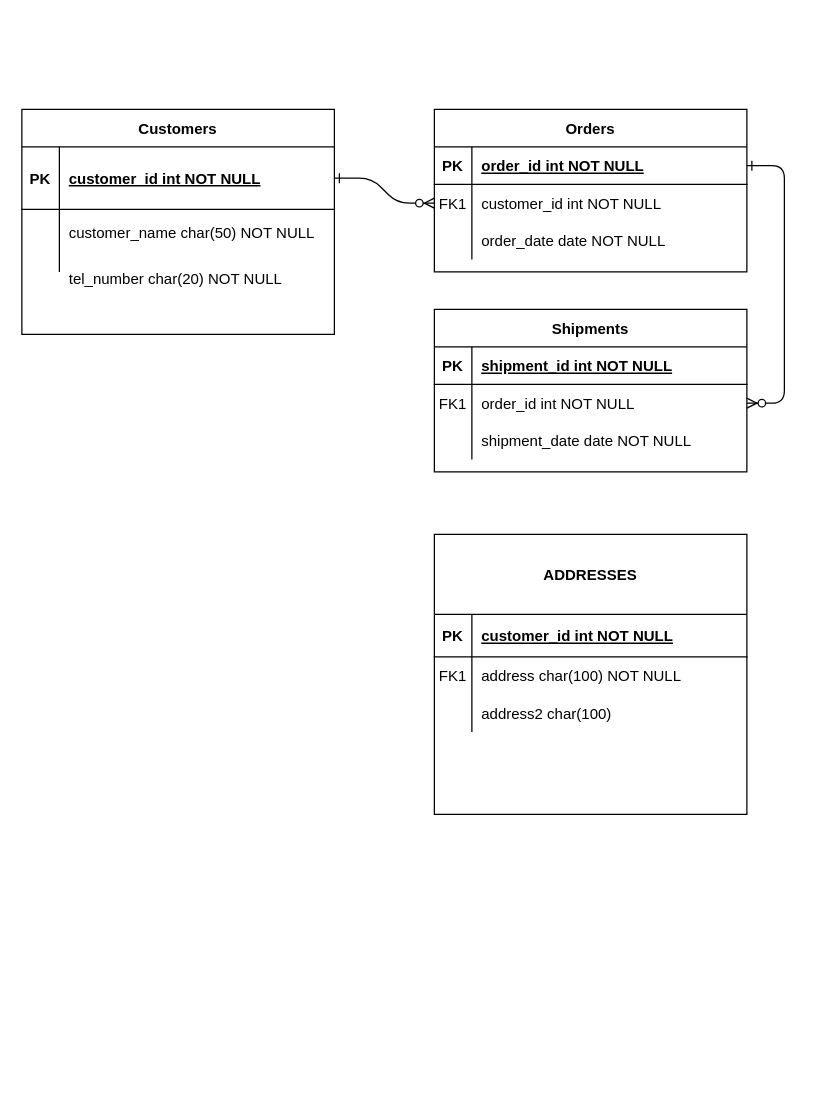
Before: Untitled Diagram.drawio in tatianazhemantseva/entity-model, a draw.io diagram. Source tidied: cells renumbered, new cells numbered last; positions are measured from the earlier drawing's top-left corner, leaving out a move shared by most shapes. Both pictures are drawn from the tidied source at 125%, with x=0, y=0 at pixel (21, 109).
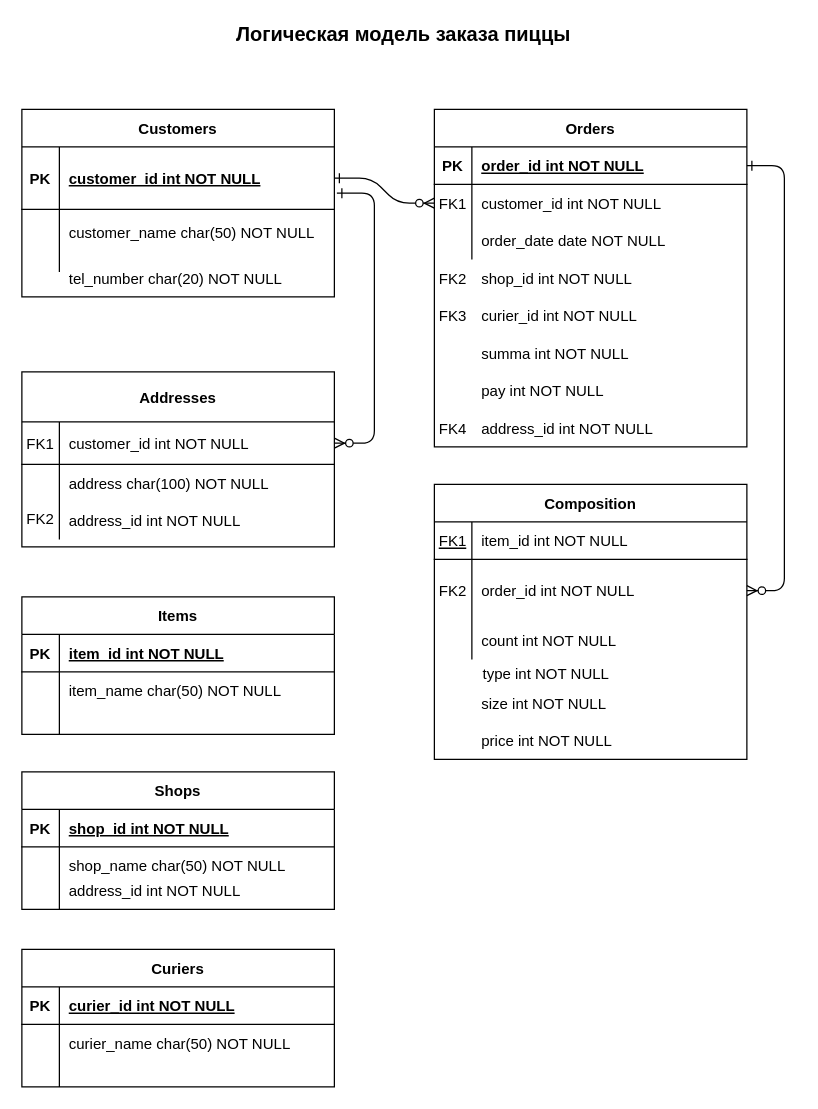
The same diagram, later.

Unchanged cells that the change refers to:
```xml
<mxCell id="15" style="shape=partialRectangle;fillColor=none;top=0;left=0;right=0;bottom=1;" parent="14" vertex="1">
  <mxGeometry y="30" width="250" height="30" as="geometry" />
</mxCell>
```

Diff of the diagram source:
```diff
@@
     <mxCell id="4" value="Orders" style="shape=table;startSize=30;childLayout=tableLayout;rowLines=0;fontStyle=1;align=center;" parent="1" vertex="1">
-      <mxGeometry x="330" width="250" height="130" as="geometry" />
+      <mxGeometry x="330" width="250" height="270" as="geometry" />
     </mxCell>
@@
+    <mxCell id="24" value="Customers" style="shape=table;startSize=30;childLayout=tableLayout;rowLines=0;fontStyle=1;align=center;" parent="1" vertex="1">
+      <mxGeometry width="250" height="150" as="geometry" />
+    </mxCell>
+    <mxCell id="25" style="shape=partialRectangle;fillColor=none;points=[[0,0.5],[1,0.5]];portConstraint=eastwest;top=0;left=0;right=0;bottom=1;" parent="24" vertex="1">
+      <mxGeometry y="30" width="250" height="50" as="geometry" />
+    </mxCell>
+    <mxCell id="26" value="PK" style="shape=partialRectangle;overflow=hidden;fillColor=none;top=0;left=0;bottom=0;right=0;fontStyle=1;" parent="25" vertex="1">
+      <mxGeometry width="30" height="50" as="geometry" />
+    </mxCell>
+    <mxCell id="27" value="customer_id int NOT NULL " style="shape=partialRectangle;overflow=hidden;fillColor=none;top=0;left=0;bottom=0;right=0;align=left;spacingLeft=6;fontStyle=5;" parent="25" vertex="1">
+      <mxGeometry x="30" width="220" height="50" as="geometry" />
+    </mxCell>
+    <mxCell id="28" style="shape=partialRectangle;fillColor=none;top=0;left=0;right=0;bottom=0;" parent="24" vertex="1">
+      <mxGeometry y="80" width="250" height="50" as="geometry" />
+    </mxCell>
+    <mxCell id="29" style="shape=partialRectangle;overflow=hidden;fillColor=none;top=0;left=0;bottom=0;right=0;" parent="28" vertex="1">
+      <mxGeometry width="30" height="50" as="geometry" />
+    </mxCell>
+    <mxCell id="30" value="customer_name char(50) NOT NULL&#10;" style="shape=partialRectangle;overflow=hidden;fillColor=none;top=0;left=0;bottom=0;right=0;align=left;spacingLeft=6;" parent="28" vertex="1">
+      <mxGeometry x="30" width="220" height="50" as="geometry" />
+    </mxCell>
+    <mxCell id="41" value="tel_number char(20) NOT NULL" style="shape=partialRectangle;overflow=hidden;fillColor=none;top=0;left=0;bottom=0;right=0;align=left;spacingLeft=6;" parent="1" vertex="1">
+      <mxGeometry x="30" y="120" width="220" height="30" as="geometry" />
+    </mxCell>
+    <mxCell id="42" style="edgeStyle=entityRelationEdgeStyle;endArrow=ERzeroToMany;startArrow=ERone;endFill=1;startFill=0;" parent="1" edge="1" target="32">
+      <mxGeometry relative="1" as="geometry">
+        <mxPoint x="252" y="67" as="sourcePoint" />
+      </mxGeometry>
+    </mxCell>
+    <mxCell id="31" value="Addresses" style="shape=table;startSize=40;childLayout=tableLayout;rowLines=0;fontStyle=1;align=center;" parent="1" vertex="1">
+      <mxGeometry y="210" width="250" height="140" as="geometry" />
+    </mxCell>
+    <mxCell id="32" style="shape=partialRectangle;fillColor=none;points=[[0,0.5],[1,0.5]];portConstraint=eastwest;top=0;left=0;right=0;bottom=1;" parent="31" vertex="1">
+      <mxGeometry y="40" width="250" height="34" as="geometry" />
+    </mxCell>
+    <mxCell id="33" value="FK1" style="shape=partialRectangle;overflow=hidden;fillColor=none;top=0;left=0;bottom=0;right=0;fontStyle=0;" parent="32" vertex="1">
+      <mxGeometry width="30" height="34" as="geometry" />
+    </mxCell>
+    <mxCell id="34" value="customer_id int NOT NULL " style="shape=partialRectangle;overflow=hidden;fillColor=none;top=0;left=0;bottom=0;right=0;align=left;spacingLeft=6;fontStyle=0;" parent="32" vertex="1">
+      <mxGeometry x="30" width="220" height="34" as="geometry" />
+    </mxCell>
+    <mxCell id="35" style="shape=partialRectangle;fillColor=none;top=0;left=0;right=0;bottom=0;" parent="31" vertex="1">
+      <mxGeometry y="74" width="250" height="30" as="geometry" />
+    </mxCell>
+    <mxCell id="36" style="shape=partialRectangle;overflow=hidden;fillColor=none;top=0;left=0;bottom=0;right=0;" parent="35" vertex="1">
+      <mxGeometry width="30" height="30" as="geometry" />
+    </mxCell>
+    <mxCell id="37" value="address char(100) NOT NULL" style="shape=partialRectangle;overflow=hidden;fillColor=none;top=0;left=0;bottom=0;right=0;align=left;spacingLeft=6;" parent="35" vertex="1">
+      <mxGeometry x="30" width="220" height="30" as="geometry" />
+    </mxCell>
+    <mxCell id="38" style="shape=partialRectangle;fillColor=none;top=0;left=0;right=0;bottom=0;" parent="31" vertex="1">
+      <mxGeometry y="104" width="250" height="30" as="geometry" />
+    </mxCell>
+    <mxCell id="39" style="shape=partialRectangle;overflow=hidden;fillColor=none;top=0;left=0;bottom=0;right=0;" parent="38" vertex="1">
+      <mxGeometry width="30" height="30" as="geometry" />
+    </mxCell>
+    <mxCell id="40" value="address_id int NOT NULL" style="shape=partialRectangle;overflow=hidden;fillColor=none;top=0;left=0;bottom=0;right=0;align=left;spacingLeft=6;" parent="38" vertex="1">
+      <mxGeometry x="30" width="220" height="30" as="geometry" />
+    </mxCell>
+    <mxCell id="43" value="Логическая модель заказа пиццы" style="text;html=1;align=center;verticalAlign=middle;fontStyle=1;fontSize=16;" parent="1" vertex="1">
+      <mxGeometry x="165" y="-70" width="280" height="20" as="geometry" />
+    </mxCell>
+    <mxCell id="44" value="shop_id int NOT NULL" style="shape=partialRectangle;overflow=hidden;fillColor=none;top=0;left=0;bottom=0;right=0;align=left;spacingLeft=6;" parent="1" vertex="1">
+      <mxGeometry x="360" y="120" width="220" height="30" as="geometry" />
+    </mxCell>
+    <mxCell id="45" value="FK2" style="shape=partialRectangle;overflow=hidden;fillColor=none;top=0;left=0;bottom=0;right=0;" parent="1" vertex="1">
+      <mxGeometry x="330" y="120" width="30" height="30" as="geometry" />
+    </mxCell>
+    <mxCell id="46" value="curier_id int NOT NULL" style="shape=partialRectangle;overflow=hidden;fillColor=none;top=0;left=0;bottom=0;right=0;align=left;spacingLeft=6;" parent="1" vertex="1">
+      <mxGeometry x="360" y="150" width="220" height="30" as="geometry" />
+    </mxCell>
+    <mxCell id="47" value="FK3" style="shape=partialRectangle;overflow=hidden;fillColor=none;top=0;left=0;bottom=0;right=0;" parent="1" vertex="1">
+      <mxGeometry x="330" y="150" width="30" height="30" as="geometry" />
+    </mxCell>
+    <mxCell id="48" value="summa int NOT NULL" style="shape=partialRectangle;overflow=hidden;fillColor=none;top=0;left=0;bottom=0;right=0;align=left;spacingLeft=6;" parent="1" vertex="1">
+      <mxGeometry x="360" y="180" width="220" height="30" as="geometry" />
+    </mxCell>
+    <mxCell id="49" value="pay int NOT NULL" style="shape=partialRectangle;overflow=hidden;fillColor=none;top=0;left=0;bottom=0;right=0;align=left;spacingLeft=6;" parent="1" vertex="1">
+      <mxGeometry x="360" y="210" width="220" height="30" as="geometry" />
+    </mxCell>
-    <mxCell id="14" value="Shipments" style="shape=table;startSize=30;childLayout=tableLayout;rowLines=0;fontStyle=1;align=center;" parent="1" vertex="1">
-      <mxGeometry x="330" y="160" width="250" height="130" as="geometry" />
+    <mxCell id="14" value="Composition" style="shape=table;startSize=30;childLayout=tableLayout;rowLines=0;fontStyle=1;align=center;" parent="1" vertex="1">
+      <mxGeometry x="330" y="300" width="250" height="220" as="geometry" />
     </mxCell>
@@
-    <mxCell id="16" value="PK" style="shape=partialRectangle;overflow=hidden;fillColor=none;top=0;left=0;bottom=0;right=0;fontStyle=1;" parent="15" vertex="1">
+    <mxCell id="16" value="FK1" style="shape=partialRectangle;overflow=hidden;fillColor=none;top=0;left=0;bottom=0;right=0;fontStyle=4;" parent="15" vertex="1">
       <mxGeometry width="30" height="30" as="geometry" />
     </mxCell>
-    <mxCell id="17" value="shipment_id int NOT NULL " style="shape=partialRectangle;overflow=hidden;fillColor=none;top=0;left=0;bottom=0;right=0;align=left;spacingLeft=6;fontStyle=5;" parent="15" vertex="1">
+    <mxCell id="17" value="item_id int NOT NULL " style="shape=partialRectangle;overflow=hidden;fillColor=none;top=0;left=0;bottom=0;right=0;align=left;spacingLeft=6;fontStyle=0;" parent="15" vertex="1">
       <mxGeometry x="30" width="220" height="30" as="geometry" />
     </mxCell>
     <mxCell id="18" style="shape=partialRectangle;fillColor=none;points=[[0,0.5],[1,0.5]];portConstraint=eastwest;top=0;left=0;right=0;bottom=0;" parent="14" vertex="1">
-      <mxGeometry y="60" width="250" height="30" as="geometry" />
+      <mxGeometry y="60" width="250" height="50" as="geometry" />
     </mxCell>
-    <mxCell id="19" value="FK1" style="shape=partialRectangle;overflow=hidden;fillColor=none;top=0;left=0;bottom=0;right=0;" parent="18" vertex="1">
-      <mxGeometry width="30" height="30" as="geometry" />
+    <mxCell id="19" value="FK2" style="shape=partialRectangle;overflow=hidden;fillColor=none;top=0;left=0;bottom=0;right=0;" parent="18" vertex="1">
+      <mxGeometry width="30" height="50" as="geometry" />
     </mxCell>
     <mxCell id="20" value="order_id int NOT NULL" style="shape=partialRectangle;overflow=hidden;fillColor=none;top=0;left=0;bottom=0;right=0;align=left;spacingLeft=6;" parent="18" vertex="1">
-      <mxGeometry x="30" width="220" height="30" as="geometry" />
+      <mxGeometry x="30" width="220" height="50" as="geometry" />
     </mxCell>
     <mxCell id="21" style="shape=partialRectangle;fillColor=none;top=0;left=0;right=0;bottom=0;" parent="14" vertex="1">
-      <mxGeometry y="90" width="250" height="30" as="geometry" />
+      <mxGeometry y="110" width="250" height="30" as="geometry" />
     </mxCell>
@@
-    <mxCell id="23" value="shipment_date date NOT NULL" style="shape=partialRectangle;overflow=hidden;fillColor=none;top=0;left=0;bottom=0;right=0;align=left;spacingLeft=6;" parent="21" vertex="1">
+    <mxCell id="23" value="count int NOT NULL" style="shape=partialRectangle;overflow=hidden;fillColor=none;top=0;left=0;bottom=0;right=0;align=left;spacingLeft=6;" parent="21" vertex="1">
       <mxGeometry x="30" width="220" height="30" as="geometry" />
     </mxCell>
-    <mxCell id="24" value="Customers" style="shape=table;startSize=30;childLayout=tableLayout;rowLines=0;fontStyle=1;align=center;" parent="1" vertex="1">
-      <mxGeometry width="250" height="180" as="geometry" />
-    </mxCell>
-    <mxCell id="25" style="shape=partialRectangle;fillColor=none;points=[[0,0.5],[1,0.5]];portConstraint=eastwest;top=0;left=0;right=0;bottom=1;" parent="24" vertex="1">
-      <mxGeometry y="30" width="250" height="50" as="geometry" />
-    </mxCell>
-    <mxCell id="26" value="PK" style="shape=partialRectangle;overflow=hidden;fillColor=none;top=0;left=0;bottom=0;right=0;fontStyle=1;" parent="25" vertex="1">
-      <mxGeometry width="30" height="50" as="geometry" />
-    </mxCell>
-    <mxCell id="27" value="customer_id int NOT NULL " style="shape=partialRectangle;overflow=hidden;fillColor=none;top=0;left=0;bottom=0;right=0;align=left;spacingLeft=6;fontStyle=5;" parent="25" vertex="1">
-      <mxGeometry x="30" width="220" height="50" as="geometry" />
-    </mxCell>
-    <mxCell id="28" style="shape=partialRectangle;fillColor=none;top=0;left=0;right=0;bottom=0;" parent="24" vertex="1">
-      <mxGeometry y="80" width="250" height="50" as="geometry" />
-    </mxCell>
-    <mxCell id="29" style="shape=partialRectangle;overflow=hidden;fillColor=none;top=0;left=0;bottom=0;right=0;" parent="28" vertex="1">
-      <mxGeometry width="30" height="50" as="geometry" />
-    </mxCell>
-    <mxCell id="30" value="customer_name char(50) NOT NULL&#10;" style="shape=partialRectangle;overflow=hidden;fillColor=none;top=0;left=0;bottom=0;right=0;align=left;spacingLeft=6;" parent="28" vertex="1">
-      <mxGeometry x="30" width="220" height="50" as="geometry" />
-    </mxCell>
-    <mxCell id="31" value="ADDRESSES" style="shape=table;startSize=64;childLayout=tableLayout;rowLines=0;fontStyle=1;align=center;" parent="1" vertex="1">
-      <mxGeometry x="330" y="340" width="250" height="224" as="geometry" />
-    </mxCell>
-    <mxCell id="32" style="shape=partialRectangle;fillColor=none;points=[[0,0.5],[1,0.5]];portConstraint=eastwest;top=0;left=0;right=0;bottom=1;" parent="31" vertex="1">
-      <mxGeometry y="64" width="250" height="34" as="geometry" />
-    </mxCell>
-    <mxCell id="33" value="PK" style="shape=partialRectangle;overflow=hidden;fillColor=none;top=0;left=0;bottom=0;right=0;fontStyle=1;" parent="32" vertex="1">
-      <mxGeometry width="30" height="34" as="geometry" />
-    </mxCell>
-    <mxCell id="34" value="customer_id int NOT NULL " style="shape=partialRectangle;overflow=hidden;fillColor=none;top=0;left=0;bottom=0;right=0;align=left;spacingLeft=6;fontStyle=5;" parent="32" vertex="1">
-      <mxGeometry x="30" width="220" height="34" as="geometry" />
-    </mxCell>
-    <mxCell id="35" style="shape=partialRectangle;fillColor=none;top=0;left=0;right=0;bottom=0;" parent="31" vertex="1">
-      <mxGeometry y="98" width="250" height="30" as="geometry" />
-    </mxCell>
-    <mxCell id="36" value="FK1" style="shape=partialRectangle;overflow=hidden;fillColor=none;top=0;left=0;bottom=0;right=0;" parent="35" vertex="1">
-      <mxGeometry width="30" height="30" as="geometry" />
-    </mxCell>
-    <mxCell id="37" value="address char(100) NOT NULL" style="shape=partialRectangle;overflow=hidden;fillColor=none;top=0;left=0;bottom=0;right=0;align=left;spacingLeft=6;" parent="35" vertex="1">
-      <mxGeometry x="30" width="220" height="30" as="geometry" />
-    </mxCell>
-    <mxCell id="38" style="shape=partialRectangle;fillColor=none;top=0;left=0;right=0;bottom=0;" parent="31" vertex="1">
-      <mxGeometry y="128" width="250" height="30" as="geometry" />
-    </mxCell>
-    <mxCell id="39" style="shape=partialRectangle;overflow=hidden;fillColor=none;top=0;left=0;bottom=0;right=0;" parent="38" vertex="1">
-      <mxGeometry width="30" height="30" as="geometry" />
-    </mxCell>
-    <mxCell id="40" value="address2 char(100)" style="shape=partialRectangle;overflow=hidden;fillColor=none;top=0;left=0;bottom=0;right=0;align=left;spacingLeft=6;" parent="38" vertex="1">
-      <mxGeometry x="30" width="220" height="30" as="geometry" />
-    </mxCell>
-    <mxCell id="41" value="tel_number char(20) NOT NULL" style="shape=partialRectangle;overflow=hidden;fillColor=none;top=0;left=0;bottom=0;right=0;align=left;spacingLeft=6;" parent="1" vertex="1">
-      <mxGeometry x="30" y="120" width="220" height="30" as="geometry" />
-    </mxCell>
+    <mxCell id="50" value="FK2" style="shape=partialRectangle;overflow=hidden;fillColor=none;top=0;left=0;bottom=0;right=0;fontStyle=0;" parent="1" vertex="1">
+      <mxGeometry y="310" width="30" height="34" as="geometry" />
+    </mxCell>
+    <mxCell id="51" value="address_id int NOT NULL" style="shape=partialRectangle;overflow=hidden;fillColor=none;top=0;left=0;bottom=0;right=0;align=left;spacingLeft=6;" parent="1" vertex="1">
+      <mxGeometry x="360" y="240" width="220" height="30" as="geometry" />
+    </mxCell>
+    <mxCell id="52" value="FK4" style="shape=partialRectangle;overflow=hidden;fillColor=none;top=0;left=0;bottom=0;right=0;" parent="1" vertex="1">
+      <mxGeometry x="330" y="240" width="30" height="30" as="geometry" />
+    </mxCell>
+    <mxCell id="53" value="type int NOT NULL" style="shape=partialRectangle;overflow=hidden;fillColor=none;top=0;left=0;bottom=0;right=0;align=left;spacingLeft=6;" parent="1" vertex="1">
+      <mxGeometry x="361" y="436" width="220" height="30" as="geometry" />
+    </mxCell>
+    <mxCell id="54" value="size int NOT NULL" style="shape=partialRectangle;overflow=hidden;fillColor=none;top=0;left=0;bottom=0;right=0;align=left;spacingLeft=6;" parent="1" vertex="1">
+      <mxGeometry x="360" y="460" width="220" height="30" as="geometry" />
+    </mxCell>
+    <mxCell id="55" value="Items" style="shape=table;startSize=30;childLayout=tableLayout;rowLines=0;fontStyle=1;align=center;" parent="1" vertex="1">
+      <mxGeometry y="390" width="250" height="110" as="geometry" />
+    </mxCell>
+    <mxCell id="56" style="shape=partialRectangle;fillColor=none;top=0;left=0;right=0;bottom=1;" parent="55" vertex="1">
+      <mxGeometry y="30" width="250" height="30" as="geometry" />
+    </mxCell>
+    <mxCell id="57" value="PK" style="shape=partialRectangle;overflow=hidden;fillColor=none;top=0;left=0;bottom=0;right=0;fontStyle=1;" parent="56" vertex="1">
+      <mxGeometry width="30" height="30" as="geometry" />
+    </mxCell>
+    <mxCell id="58" value="item_id int NOT NULL " style="shape=partialRectangle;overflow=hidden;fillColor=none;top=0;left=0;bottom=0;right=0;align=left;spacingLeft=6;fontStyle=5;" parent="56" vertex="1">
+      <mxGeometry x="30" width="220" height="30" as="geometry" />
+    </mxCell>
+    <mxCell id="59" style="shape=partialRectangle;fillColor=none;top=0;left=0;right=0;bottom=0;" parent="55" vertex="1">
+      <mxGeometry y="60" width="250" height="30" as="geometry" />
+    </mxCell>
+    <mxCell id="60" style="shape=partialRectangle;overflow=hidden;fillColor=none;top=0;left=0;bottom=0;right=0;" parent="59" vertex="1">
+      <mxGeometry width="30" height="30" as="geometry" />
+    </mxCell>
+    <mxCell id="61" value="item_name char(50) NOT NULL" style="shape=partialRectangle;overflow=hidden;fillColor=none;top=0;left=0;bottom=0;right=0;align=left;spacingLeft=6;" parent="59" vertex="1">
+      <mxGeometry x="30" width="220" height="30" as="geometry" />
+    </mxCell>
+    <mxCell id="62" style="shape=partialRectangle;fillColor=none;top=0;left=0;right=0;bottom=0;" parent="55" vertex="1">
+      <mxGeometry y="90" width="250" height="20" as="geometry" />
+    </mxCell>
+    <mxCell id="63" style="shape=partialRectangle;overflow=hidden;fillColor=none;top=0;left=0;bottom=0;right=0;" parent="62" vertex="1">
+      <mxGeometry width="30" height="20" as="geometry" />
+    </mxCell>
+    <mxCell id="64" style="shape=partialRectangle;overflow=hidden;fillColor=none;top=0;left=0;bottom=0;right=0;align=left;spacingLeft=6;" parent="62" vertex="1">
+      <mxGeometry x="30" width="220" height="20" as="geometry" />
+    </mxCell>
+    <mxCell id="65" value="price int NOT NULL" style="shape=partialRectangle;overflow=hidden;fillColor=none;top=0;left=0;bottom=0;right=0;align=left;spacingLeft=6;" parent="1" vertex="1">
+      <mxGeometry x="360" y="490" width="220" height="30" as="geometry" />
+    </mxCell>
+    <mxCell id="66" value="Shops" style="shape=table;startSize=30;childLayout=tableLayout;rowLines=0;fontStyle=1;align=center;" parent="1" vertex="1">
+      <mxGeometry y="530" width="250" height="110" as="geometry" />
+    </mxCell>
+    <mxCell id="67" style="shape=partialRectangle;fillColor=none;top=0;left=0;right=0;bottom=1;" parent="66" vertex="1">
+      <mxGeometry y="30" width="250" height="30" as="geometry" />
+    </mxCell>
+    <mxCell id="68" value="PK" style="shape=partialRectangle;overflow=hidden;fillColor=none;top=0;left=0;bottom=0;right=0;fontStyle=1;" parent="67" vertex="1">
+      <mxGeometry width="30" height="30" as="geometry" />
+    </mxCell>
+    <mxCell id="69" value="shop_id int NOT NULL" style="shape=partialRectangle;overflow=hidden;fillColor=none;top=0;left=0;bottom=0;right=0;align=left;spacingLeft=6;fontStyle=5;" parent="67" vertex="1">
+      <mxGeometry x="30" width="220" height="30" as="geometry" />
+    </mxCell>
+    <mxCell id="70" style="shape=partialRectangle;fillColor=none;top=0;left=0;right=0;bottom=0;" parent="66" vertex="1">
+      <mxGeometry y="60" width="250" height="30" as="geometry" />
+    </mxCell>
+    <mxCell id="71" style="shape=partialRectangle;overflow=hidden;fillColor=none;top=0;left=0;bottom=0;right=0;" parent="70" vertex="1">
+      <mxGeometry width="30" height="30" as="geometry" />
+    </mxCell>
+    <mxCell id="72" value="shop_name char(50) NOT NULL" style="shape=partialRectangle;overflow=hidden;fillColor=none;top=0;left=0;bottom=0;right=0;align=left;spacingLeft=6;" parent="70" vertex="1">
+      <mxGeometry x="30" width="220" height="30" as="geometry" />
+    </mxCell>
+    <mxCell id="73" style="shape=partialRectangle;fillColor=none;top=0;left=0;right=0;bottom=0;" parent="66" vertex="1">
+      <mxGeometry y="90" width="250" height="20" as="geometry" />
+    </mxCell>
+    <mxCell id="74" style="shape=partialRectangle;overflow=hidden;fillColor=none;top=0;left=0;bottom=0;right=0;" parent="73" vertex="1">
+      <mxGeometry width="30" height="20" as="geometry" />
+    </mxCell>
+    <mxCell id="75" style="shape=partialRectangle;overflow=hidden;fillColor=none;top=0;left=0;bottom=0;right=0;align=left;spacingLeft=6;" parent="73" vertex="1">
+      <mxGeometry x="30" width="220" height="20" as="geometry" />
+    </mxCell>
+    <mxCell id="76" value="Curiers" style="shape=table;startSize=30;childLayout=tableLayout;rowLines=0;fontStyle=1;align=center;" parent="1" vertex="1">
+      <mxGeometry y="672" width="250" height="110" as="geometry" />
+    </mxCell>
+    <mxCell id="77" style="shape=partialRectangle;fillColor=none;top=0;left=0;right=0;bottom=1;" parent="76" vertex="1">
+      <mxGeometry y="30" width="250" height="30" as="geometry" />
+    </mxCell>
+    <mxCell id="78" value="PK" style="shape=partialRectangle;overflow=hidden;fillColor=none;top=0;left=0;bottom=0;right=0;fontStyle=1;" parent="77" vertex="1">
+      <mxGeometry width="30" height="30" as="geometry" />
+    </mxCell>
+    <mxCell id="79" value="curier_id int NOT NULL" style="shape=partialRectangle;overflow=hidden;fillColor=none;top=0;left=0;bottom=0;right=0;align=left;spacingLeft=6;fontStyle=5;" parent="77" vertex="1">
+      <mxGeometry x="30" width="220" height="30" as="geometry" />
+    </mxCell>
+    <mxCell id="80" style="shape=partialRectangle;fillColor=none;top=0;left=0;right=0;bottom=0;" parent="76" vertex="1">
+      <mxGeometry y="60" width="250" height="30" as="geometry" />
+    </mxCell>
+    <mxCell id="81" style="shape=partialRectangle;overflow=hidden;fillColor=none;top=0;left=0;bottom=0;right=0;" parent="80" vertex="1">
+      <mxGeometry width="30" height="30" as="geometry" />
+    </mxCell>
+    <mxCell id="82" value="curier_name char(50) NOT NULL" style="shape=partialRectangle;overflow=hidden;fillColor=none;top=0;left=0;bottom=0;right=0;align=left;spacingLeft=6;" parent="80" vertex="1">
+      <mxGeometry x="30" width="220" height="30" as="geometry" />
+    </mxCell>
+    <mxCell id="83" style="shape=partialRectangle;fillColor=none;top=0;left=0;right=0;bottom=0;" parent="76" vertex="1">
+      <mxGeometry y="90" width="250" height="20" as="geometry" />
+    </mxCell>
+    <mxCell id="84" style="shape=partialRectangle;overflow=hidden;fillColor=none;top=0;left=0;bottom=0;right=0;" parent="83" vertex="1">
+      <mxGeometry width="30" height="20" as="geometry" />
+    </mxCell>
+    <mxCell id="85" style="shape=partialRectangle;overflow=hidden;fillColor=none;top=0;left=0;bottom=0;right=0;align=left;spacingLeft=6;" parent="83" vertex="1">
+      <mxGeometry x="30" width="220" height="20" as="geometry" />
+    </mxCell>
+    <mxCell id="86" value="address_id int NOT NULL" style="shape=partialRectangle;overflow=hidden;fillColor=none;top=0;left=0;bottom=0;right=0;align=left;spacingLeft=6;" parent="1" vertex="1">
+      <mxGeometry x="30" y="610" width="220" height="30" as="geometry" />
+    </mxCell>
```
